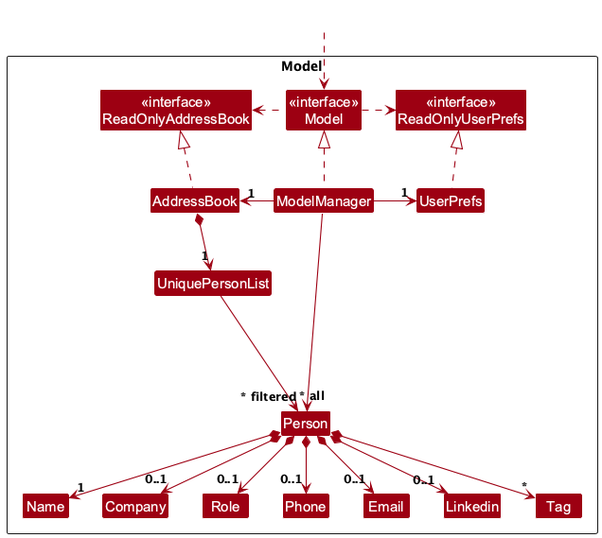
The PlantUML diagram docs/images/ModelClassDiagram.png in AY2627S1-CS2103-F13-2/tp, before a commit. Its source is kept beside it as docs/diagrams/ModelClassDiagram.puml. Its diagram source:
```plantuml
@startuml
!include style.puml
skinparam arrowThickness 1.1
skinparam arrowColor MODEL_COLOR
skinparam classBackgroundColor MODEL_COLOR

Package Model as ModelPackage <<Rectangle>>{
Class "<<interface>>\nReadOnlyContactFile" as ReadOnlyContactFile
Class "<<interface>>\nReadOnlyUserPrefs" as ReadOnlyUserPrefs
Class "<<interface>>\nModel" as Model
Class ContactFile
Class ModelManager
Class UserPrefs

Class UniquePersonList
Class Person
Class Company
Class Email
Class Linkedin
Class Name
Class Phone
Class Role
Class Tag

Class I #FFFFFF
}

Class HiddenOutside #FFFFFF
HiddenOutside ..> Model

ContactFile .up.|> ReadOnlyContactFile

ModelManager .up.|> Model
Model .right.> ReadOnlyUserPrefs
Model .left.> ReadOnlyContactFile
ModelManager -left-> "1" ContactFile
ModelManager -right-> "1" UserPrefs
UserPrefs .up.|> ReadOnlyUserPrefs

ContactFile *--> "1" UniquePersonList
UniquePersonList --> "~* all" Person
Person *--> "1" Name
Person *--> "0..1" Company
Person *--> "0..1" Role
Person *--> "0..1" Phone
Person *--> "0..1" Email
Person *--> "0..1" Linkedin
Person *--> "*" Tag

Person -[hidden]up--> I
UniquePersonList -[hidden]right-> I

Name -[hidden]right-> Company
Company -[hidden]right-> Role
Role -[hidden]right-> Phone
Phone -[hidden]right-> Email
Email -[hidden]right-> Linkedin

ModelManager --> "~* filtered" Person
@enduml
```
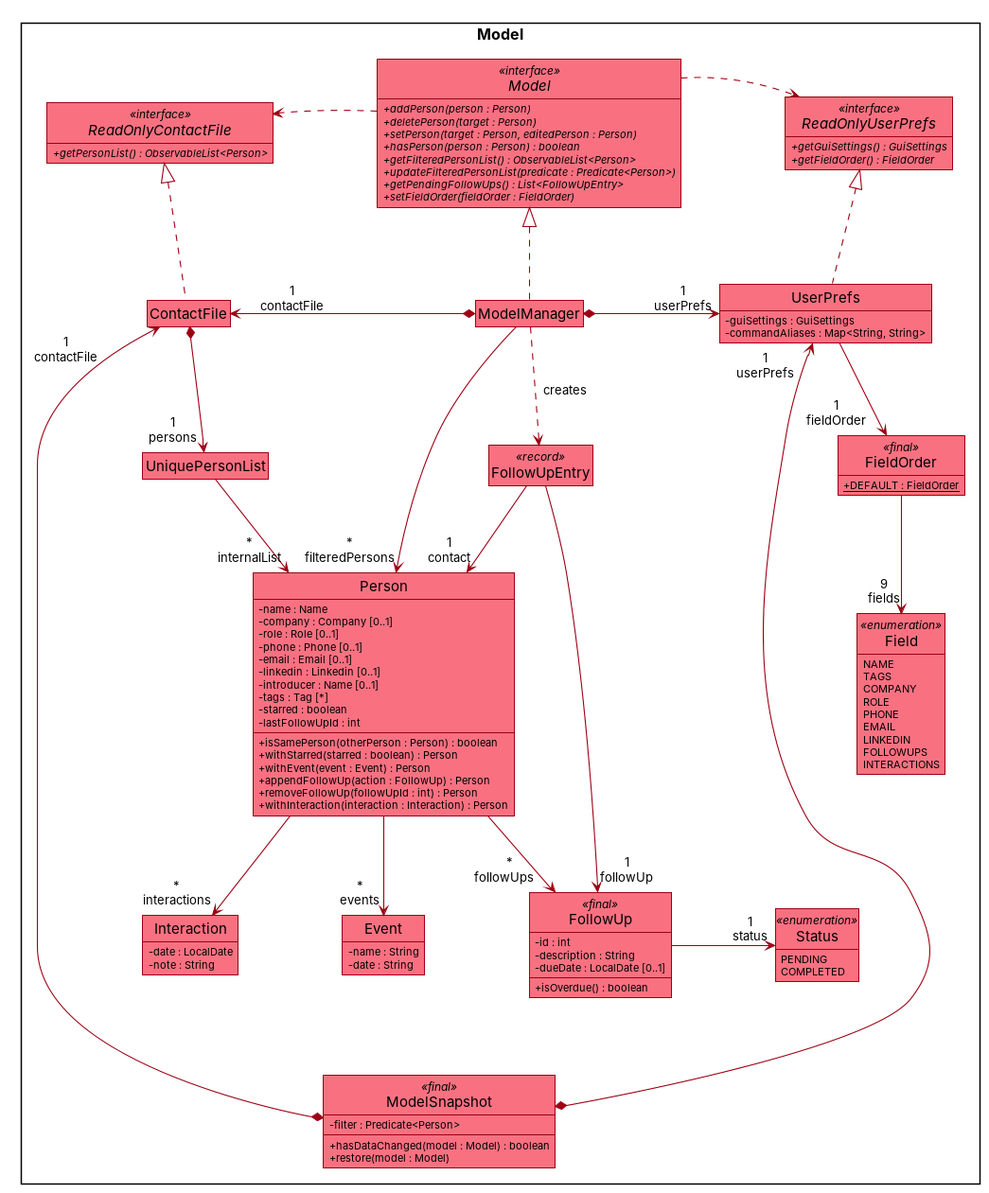
The same diagram one commit later.

Commit message:
Docs: Update Model component diagram and text

The edit, as a diff of the source:
```diff
@@ -1,60 +1,156 @@
 @startuml
 !include style.puml
 skinparam arrowThickness 1.1
-skinparam arrowColor MODEL_COLOR
-skinparam classBackgroundColor MODEL_COLOR
+skinparam arrowColor #9D0012
+skinparam classBackgroundColor #F97181
+skinparam classFontColor #000000
+skinparam classStereotypeFontColor #000000
+skinparam classAttributeFontColor #000000
+skinparam classAttributeIconSize 0
+skinparam classBorderColor #9D0012
+skinparam ArrowFontStyle plain
+skinparam nodesep 110
+skinparam ranksep 80
+hide circle
+skinparam Shadowing false
+show members
+hide empty members
 
-Package Model as ModelPackage <<Rectangle>>{
-Class "<<interface>>\nReadOnlyContactFile" as ReadOnlyContactFile
-Class "<<interface>>\nReadOnlyUserPrefs" as ReadOnlyUserPrefs
-Class "<<interface>>\nModel" as Model
-Class ContactFile
-Class ModelManager
-Class UserPrefs
+package Model <<Rectangle>> {
 
-Class UniquePersonList
-Class Person
-Class Company
-Class Email
-Class Linkedin
-Class Name
-Class Phone
-Class Role
-Class Tag
-
-Class I #FFFFFF
+interface ReadOnlyContactFile <<interface>> {
+  +{abstract} getPersonList() : ObservableList<Person>
 }
 
-Class HiddenOutside #FFFFFF
-HiddenOutside ..> Model
+interface Model <<interface>> {
+  +{abstract} addPerson(person : Person)
+  +{abstract} deletePerson(target : Person)
+  +{abstract} setPerson(target : Person, editedPerson : Person)
+  +{abstract} hasPerson(person : Person) : boolean
+  +{abstract} getFilteredPersonList() : ObservableList<Person>
+  +{abstract} updateFilteredPersonList(predicate : Predicate<Person>)
+  +{abstract} getPendingFollowUps() : List<FollowUpEntry>
+  +{abstract} setFieldOrder(fieldOrder : FieldOrder)
+}
 
-ContactFile .up.|> ReadOnlyContactFile
+interface ReadOnlyUserPrefs <<interface>> {
+  +{abstract} getGuiSettings() : GuiSettings
+  +{abstract} getFieldOrder() : FieldOrder
+}
+
+class ModelManager
+
+class ContactFile
+
+class UserPrefs {
+  -guiSettings : GuiSettings
+  -commandAliases : Map<String, String>
+}
+
+class ModelSnapshot <<final>> {
+  -filter : Predicate<Person>
+  +hasDataChanged(model : Model) : boolean
+  +restore(model : Model)
+}
+
+class FieldOrder <<final>> {
+  +{static} DEFAULT : FieldOrder
+}
+
+enum Field <<enumeration>> {
+  NAME
+  TAGS
+  COMPANY
+  ROLE
+  PHONE
+  EMAIL
+  LINKEDIN
+  FOLLOWUPS
+  INTERACTIONS
+}
+
+class UniquePersonList
+
+class Person {
+  -name : Name
+  -company : Company [0..1]
+  -role : Role [0..1]
+  -phone : Phone [0..1]
+  -email : Email [0..1]
+  -linkedin : Linkedin [0..1]
+  -introducer : Name [0..1]
+  -tags : Tag [*]
+  -starred : boolean
+  -lastFollowUpId : int
+  +isSamePerson(otherPerson : Person) : boolean
+  +withStarred(starred : boolean) : Person
+  +withEvent(event : Event) : Person
+  +appendFollowUp(action : FollowUp) : Person
+  +removeFollowUp(followUpId : int) : Person
+  +withInteraction(interaction : Interaction) : Person
+}
+
+class Event {
+  -name : String
+  -date : String
+}
+
+class FollowUp <<final>> {
+  -id : int
+  -description : String
+  -dueDate : LocalDate [0..1]
+  +isOverdue() : boolean
+}
+
+enum Status <<enumeration>> {
+  PENDING
+  COMPLETED
+}
+
+class Interaction {
+  -date : LocalDate
+  -note : String
+}
+
+class FollowUpEntry <<record>>
+
+
+}
+
+ReadOnlyContactFile -[hidden]right- Model
+Model -[hidden]right- ReadOnlyUserPrefs
+Model .left.> ReadOnlyContactFile
+Model .right.> ReadOnlyUserPrefs
 
 ModelManager .up.|> Model
-Model .right.> ReadOnlyUserPrefs
-Model .left.> ReadOnlyContactFile
-ModelManager -left-> "1" ContactFile
-ModelManager -right-> "1" UserPrefs
+ContactFile .up.|> ReadOnlyContactFile
 UserPrefs .up.|> ReadOnlyUserPrefs
 
-ContactFile *--> "1" UniquePersonList
-UniquePersonList --> "~* all" Person
-Person *--> "1" Name
-Person *--> "0..1" Company
-Person *--> "0..1" Role
-Person *--> "0..1" Phone
-Person *--> "0..1" Email
-Person *--> "0..1" Linkedin
-Person *--> "*" Tag
 
-Person -[hidden]up--> I
-UniquePersonList -[hidden]right-> I
+ModelManager *-left-> "<U+00A0><U+00A0><U+00A0><U+00A0><U+00A0><U+00A0>1\n<U+00A0><U+00A0><U+00A0><U+00A0><U+00A0><U+00A0>contactFile" ContactFile
+ModelManager *-right-> "1\nuserPrefs" UserPrefs
+ContactFile *-down-> "1\npersons" UniquePersonList
 
-Name -[hidden]right-> Company
-Company -[hidden]right-> Role
-Role -[hidden]right-> Phone
-Phone -[hidden]right-> Email
-Email -[hidden]right-> Linkedin
+UserPrefs -down-> "1<U+00A0><U+00A0><U+00A0>\nfieldOrder<U+00A0><U+00A0><U+00A0>" FieldOrder
+FieldOrder -down-> "9\nfields" Field
+UniquePersonList -down-> "*\ninternalList" Person
+ModelManager -down-> "*\nfilteredPersons" Person
+Person -down-> "*\ninteractions" Interaction
+Person -down-> "*\nevents" Event
+Interaction -[hidden]right- Event
+Person -down-> "*\nfollowUps<U+00A0><U+00A0><U+00A0>" FollowUp
+Event -[hidden]right- FollowUp
+FollowUp -right-> "1\nstatus" Status
 
-ModelManager --> "~* filtered" Person
+FollowUpEntry --> "1\ncontact" Person
+FollowUpEntry --> "1\nfollowUp" FollowUp
+
+ModelManager ..> FollowUpEntry : <U+00A0><U+00A0>creates
+
+UniquePersonList -[hidden]down- Interaction
+
+Event -[hidden]down- ModelSnapshot
+FollowUp -[hidden]down- ModelSnapshot
+ModelSnapshot *-up-> "1<U+00A0><U+00A0><U+00A0><U+00A0><U+00A0><U+00A0><U+00A0><U+00A0><U+00A0><U+00A0><U+00A0>\ncontactFile<U+00A0><U+00A0><U+00A0><U+00A0><U+00A0><U+00A0><U+00A0><U+00A0><U+00A0><U+00A0><U+00A0>" ContactFile
+ModelSnapshot *-up-> "1<U+00A0><U+00A0><U+00A0>\nuserPrefs<U+00A0><U+00A0><U+00A0>" UserPrefs
 @enduml
```
